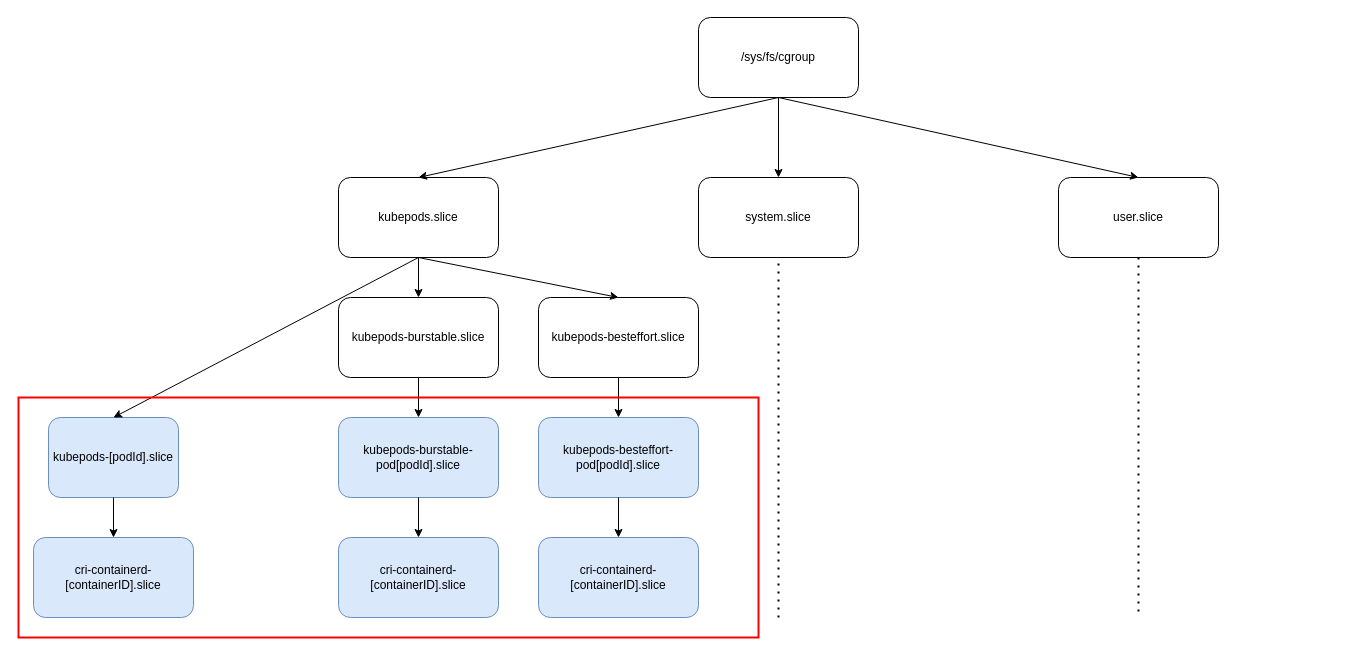
Before: cgroup-hierarchy.drawio in YanshanSong/draw.io, a draw.io diagram. Source tidied: cells renumbered, new cells numbered last; positions are measured from the earlier drawing's top-left corner, leaving out a move shared by most shapes. Both pictures are drawn from the tidied source at 100%, with x=0, y=0 at pixel (18, 17).
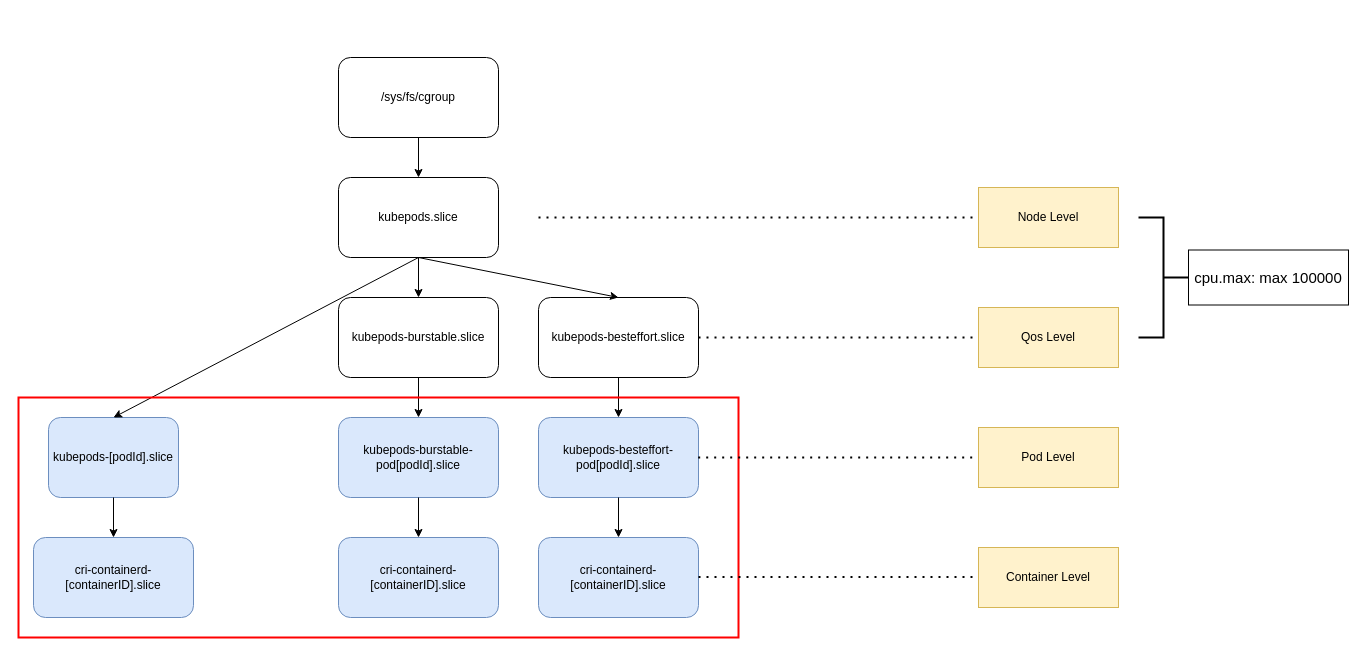
The same page after the edit.

Unchanged cells that the change refers to:
```xml
<mxCell id="5" value="kubepods-besteffort.slice" style="rounded=1;whiteSpace=wrap;html=1;" parent="1" vertex="1">
  <mxGeometry x="520" y="280" width="160" height="80" as="geometry" />
</mxCell>
```

Change to the diagram source:
```diff
@@
     <mxCell id="2" value="/sys/fs/cgroup" style="rounded=1;whiteSpace=wrap;html=1;" parent="1" vertex="1">
-      <mxGeometry x="680" width="160" height="80" as="geometry" />
+      <mxGeometry x="320" y="40" width="160" height="80" as="geometry" />
     </mxCell>
@@
-    <mxCell id="17" value="system.slice" style="rounded=1;whiteSpace=wrap;html=1;" parent="1" vertex="1">
-      <mxGeometry x="680" y="160" width="160" height="80" as="geometry" />
-    </mxCell>
-    <mxCell id="18" style="endArrow=classic;html=1;rounded=0;exitX=0.5;exitY=1;exitDx=0;exitDy=0;" parent="1" edge="1" source="2" target="17">
-      <mxGeometry relative="1" as="geometry" />
-    </mxCell>
-    <mxCell id="19" value="user.slice" style="rounded=1;whiteSpace=wrap;html=1;" parent="1" vertex="1">
-      <mxGeometry x="1040" y="160" width="160" height="80" as="geometry" />
-    </mxCell>
-    <mxCell id="20" style="endArrow=classic;html=1;rounded=0;exitX=0.5;exitY=1;exitDx=0;exitDy=0;entryX=0.5;entryY=0;entryDx=0;entryDy=0;" parent="1" edge="1" source="2" target="19">
-      <mxGeometry relative="1" as="geometry" />
-    </mxCell>
-    <mxCell id="21" style="endArrow=none;dashed=1;html=1;dashPattern=1 3;strokeWidth=2;rounded=0;entryX=0.5;entryY=1;entryDx=0;entryDy=0;" parent="1" edge="1" target="17">
-      <mxGeometry relative="1" as="geometry">
-        <mxPoint x="760" y="600" as="sourcePoint" />
-      </mxGeometry>
-    </mxCell>
-    <mxCell id="22" style="endArrow=none;dashed=1;html=1;dashPattern=1 3;strokeWidth=2;rounded=0;exitX=0.5;exitY=1;exitDx=0;exitDy=0;" parent="1" edge="1" source="19">
-      <mxGeometry relative="1" as="geometry">
-        <mxPoint x="1120" y="600" as="targetPoint" />
-      </mxGeometry>
-    </mxCell>
@@
     <mxCell id="27" style="rounded=0;whiteSpace=wrap;html=1;fillColor=none;strokeColor=light-dark(#FF0000,#EDEDED);glass=0;shadow=0;strokeWidth=2;" parent="1" vertex="1">
-      <mxGeometry y="380" width="740" height="240" as="geometry" />
+      <mxGeometry y="380" width="720" height="240" as="geometry" />
     </mxCell>
+    <mxCell id="28" style="endArrow=none;dashed=1;html=1;dashPattern=1 3;strokeWidth=2;rounded=0;" parent="1" edge="1">
+      <mxGeometry relative="1" as="geometry">
+        <mxPoint x="520" y="200" as="sourcePoint" />
+        <mxPoint x="960" y="200" as="targetPoint" />
+      </mxGeometry>
+    </mxCell>
+    <mxCell id="29" style="endArrow=none;dashed=1;html=1;dashPattern=1 3;strokeWidth=2;rounded=0;exitX=1;exitY=0.5;exitDx=0;exitDy=0;" parent="1" edge="1" source="5">
+      <mxGeometry relative="1" as="geometry">
+        <mxPoint x="960" y="320" as="targetPoint" />
+      </mxGeometry>
+    </mxCell>
+    <mxCell id="30" style="endArrow=none;dashed=1;html=1;dashPattern=1 3;strokeWidth=2;rounded=0;exitX=0.944;exitY=0.25;exitDx=0;exitDy=0;exitPerimeter=0;" parent="1" edge="1" source="27">
+      <mxGeometry relative="1" as="geometry">
+        <mxPoint x="960" y="440" as="targetPoint" />
+      </mxGeometry>
+    </mxCell>
+    <mxCell id="31" style="endArrow=none;dashed=1;html=1;dashPattern=1 3;strokeWidth=2;rounded=0;exitX=0.944;exitY=0.25;exitDx=0;exitDy=0;exitPerimeter=0;" parent="1" edge="1">
+      <mxGeometry relative="1" as="geometry">
+        <mxPoint x="680" y="559.5" as="sourcePoint" />
+        <mxPoint x="960" y="559.5" as="targetPoint" />
+      </mxGeometry>
+    </mxCell>
+    <mxCell id="32" value="&lt;div&gt;&lt;br&gt;&lt;/div&gt;Node Level&lt;div&gt;&lt;br&gt;&lt;/div&gt;" style="rounded=0;whiteSpace=wrap;html=1;fillColor=#fff2cc;strokeColor=#d6b656;" parent="1" vertex="1">
+      <mxGeometry x="960" y="170" width="140" height="60" as="geometry" />
+    </mxCell>
+    <mxCell id="33" value="Qos Level" style="rounded=0;whiteSpace=wrap;html=1;fillColor=#fff2cc;strokeColor=#d6b656;" parent="1" vertex="1">
+      <mxGeometry x="960" y="290" width="140" height="60" as="geometry" />
+    </mxCell>
+    <mxCell id="34" value="Pod Level" style="rounded=0;whiteSpace=wrap;html=1;fillColor=#fff2cc;strokeColor=#d6b656;" parent="1" vertex="1">
+      <mxGeometry x="960" y="410" width="140" height="60" as="geometry" />
+    </mxCell>
+    <mxCell id="35" value="Container Level" style="rounded=0;whiteSpace=wrap;html=1;fillColor=#fff2cc;strokeColor=#d6b656;" parent="1" vertex="1">
+      <mxGeometry x="960" y="530" width="140" height="60" as="geometry" />
+    </mxCell>
+    <mxCell id="36" style="strokeWidth=2;html=1;shape=mxgraph.flowchart.annotation_2;align=left;labelPosition=right;rotation=-180;" parent="1" vertex="1">
+      <mxGeometry x="1120" y="200" width="50" height="120" as="geometry" />
+    </mxCell>
+    <mxCell id="37" value="&lt;font style=&quot;font-size: 15px;&quot;&gt;cpu.max: max 100000&lt;/font&gt;" style="text;html=1;align=center;verticalAlign=middle;whiteSpace=wrap;rounded=0;strokeColor=default;" parent="1" vertex="1">
+      <mxGeometry x="1170" y="232.5" width="160" height="55" as="geometry" />
+    </mxCell>
```
